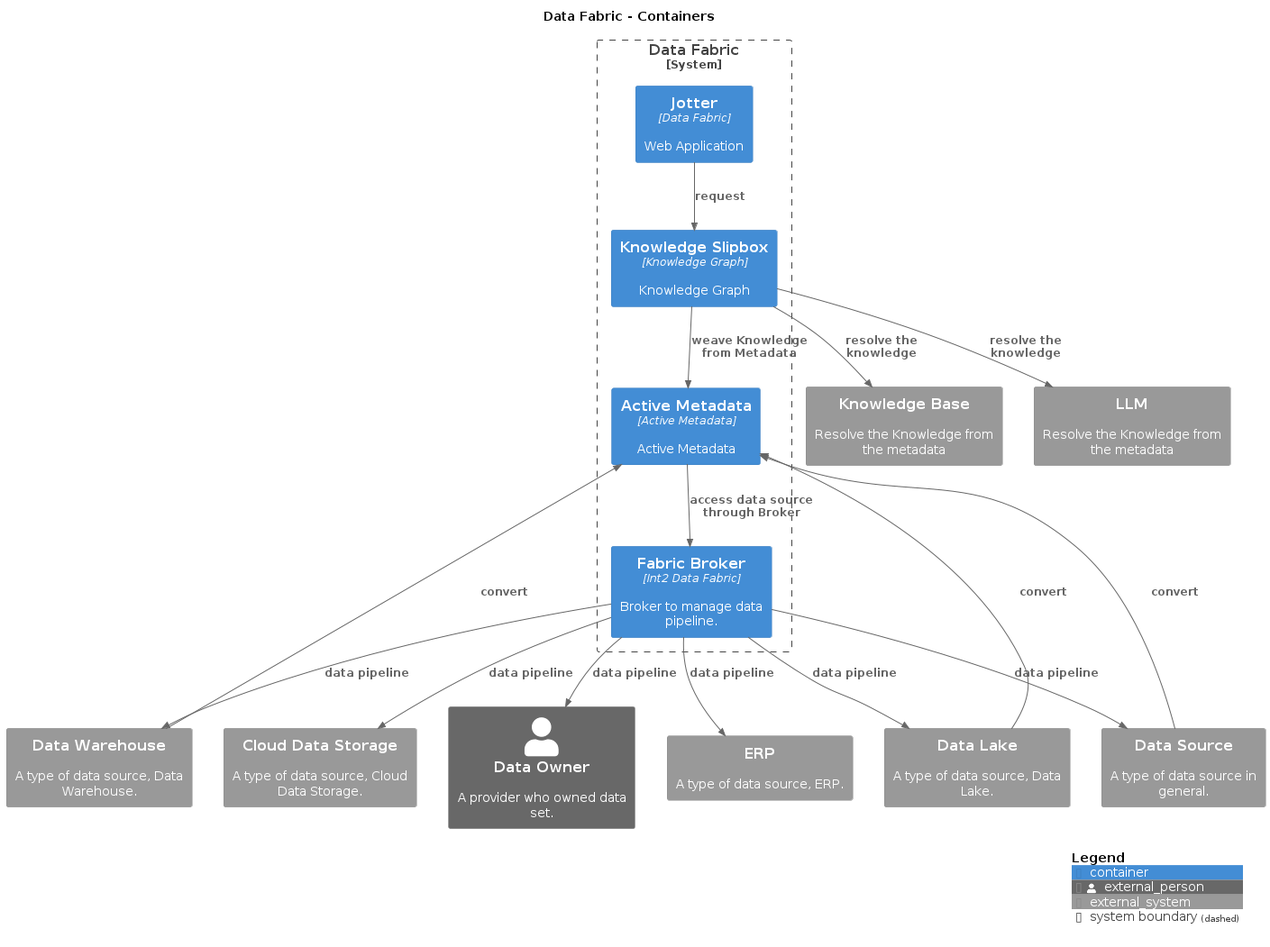
The PlantUML diagram master/png/Containers.png in IntellectusCorp/data-fabric-docs, before a commit.
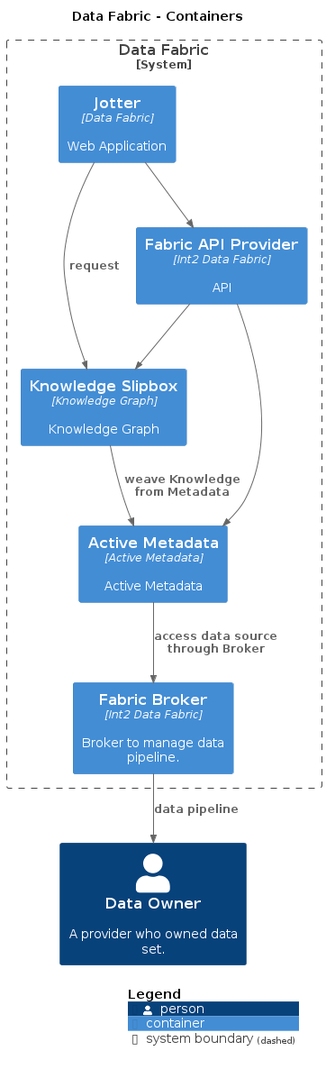
Later version of the same file.

What changed in the source:
```diff
@@ -8,36 +8,23 @@
 !include <C4/C4_Context>
 !include <C4/C4_Container>
 
-Person_Ext(DataOwner, "Data Owner", "A provider who owned data set.", $tags="")
-System_Ext(ERP, "ERP", "A type of data source, ERP.", $tags="")
-System_Ext(DataLake, "Data Lake", "A type of data source, Data Lake.", $tags="")
-System_Ext(DataWarehouse, "Data Warehouse", "A type of data source, Data Warehouse.", $tags="")
-System_Ext(CloudDataStorage, "Cloud Data Storage", "A type of data source, Cloud Data Storage.", $tags="")
-System_Ext(DataSource, "Data Source", "A type of data source in general.", $tags="")
-System_Ext(KnowledgeBase, "Knowledge Base", "Resolve the Knowledge from the metadata", $tags="")
-System_Ext(LLM, "LLM", "Resolve the Knowledge from the metadata", $tags="")
+Person(DataOwner, "Data Owner", "A provider who owned data set.", $tags="")
 
 System_Boundary("DataFabric_boundary", "Data Fabric", $tags="") {
   Container(DataFabric.Jotter, "Jotter", "Data Fabric", "Web Application", $tags="")
   Container(DataFabric.KnowledgeSlipbox, "Knowledge Slipbox", "Knowledge Graph", "Knowledge Graph", $tags="")
   Container(DataFabric.ActiveMetadata, "Active Metadata", "Active Metadata", "Active Metadata", $tags="")
   Container(DataFabric.FabricBroker, "Fabric Broker", "Int2 Data Fabric", "Broker to manage data pipeline.", $tags="")
+  Container(DataFabric.FabricAPIProvider, "Fabric API Provider", "Int2 Data Fabric", "API", $tags="")
 }
 
+Rel_D(DataFabric.KnowledgeSlipbox, DataFabric.ActiveMetadata, "weave Knowledge from Metadata", $tags="")
+Rel_D(DataFabric.FabricBroker, DataOwner, "data pipeline", $tags="")
+Rel_D(DataFabric.ActiveMetadata, DataFabric.FabricBroker, "access data source through Broker", $tags="")
+Rel_D(DataFabric.FabricAPIProvider, DataFabric.KnowledgeSlipbox, "", $tags="")
+Rel_D(DataFabric.FabricAPIProvider, DataFabric.ActiveMetadata, "", $tags="")
 Rel_D(DataFabric.Jotter, DataFabric.KnowledgeSlipbox, "request", $tags="")
-Rel_D(DataFabric.KnowledgeSlipbox, DataFabric.ActiveMetadata, "weave Knowledge from Metadata", $tags="")
-Rel_D(DataFabric.KnowledgeSlipbox, KnowledgeBase, "resolve the knowledge", $tags="")
-Rel_D(DataFabric.KnowledgeSlipbox, LLM, "resolve the knowledge", $tags="")
-Rel_D(DataFabric.FabricBroker, DataOwner, "data pipeline", $tags="")
-Rel_D(DataFabric.FabricBroker, ERP, "data pipeline", $tags="")
-Rel_D(DataFabric.FabricBroker, DataLake, "data pipeline", $tags="")
-Rel_D(DataFabric.FabricBroker, DataWarehouse, "data pipeline", $tags="")
-Rel_D(DataFabric.FabricBroker, CloudDataStorage, "data pipeline", $tags="")
-Rel_D(DataFabric.FabricBroker, DataSource, "data pipeline", $tags="")
-Rel_D(DataFabric.ActiveMetadata, DataFabric.FabricBroker, "access data source through Broker", $tags="")
-Rel_D(DataLake, DataFabric.ActiveMetadata, "convert", $tags="")
-Rel_D(DataWarehouse, DataFabric.ActiveMetadata, "convert", $tags="")
-Rel_D(DataSource, DataFabric.ActiveMetadata, "convert", $tags="")
+Rel_D(DataFabric.Jotter, DataFabric.FabricAPIProvider, "", $tags="")
 
 SHOW_LEGEND(true)
 @enduml
```
